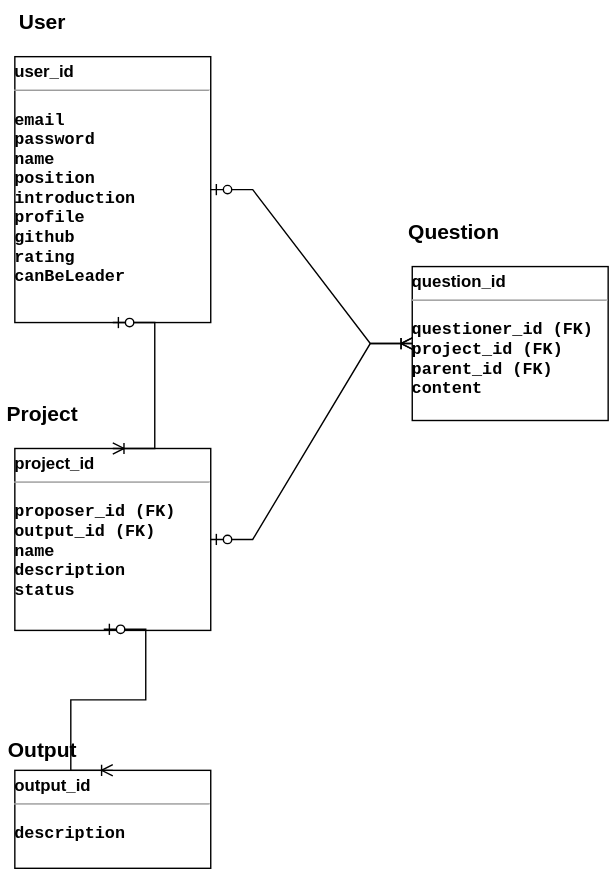
The draw.io diagram Table_diagram.drawio.svg in zelo0/cruit, before a commit. Source tidied: cells renumbered, new cells last; positions are measured from the earlier drawing's top-left corner, leaving out a move shared by most shapes.
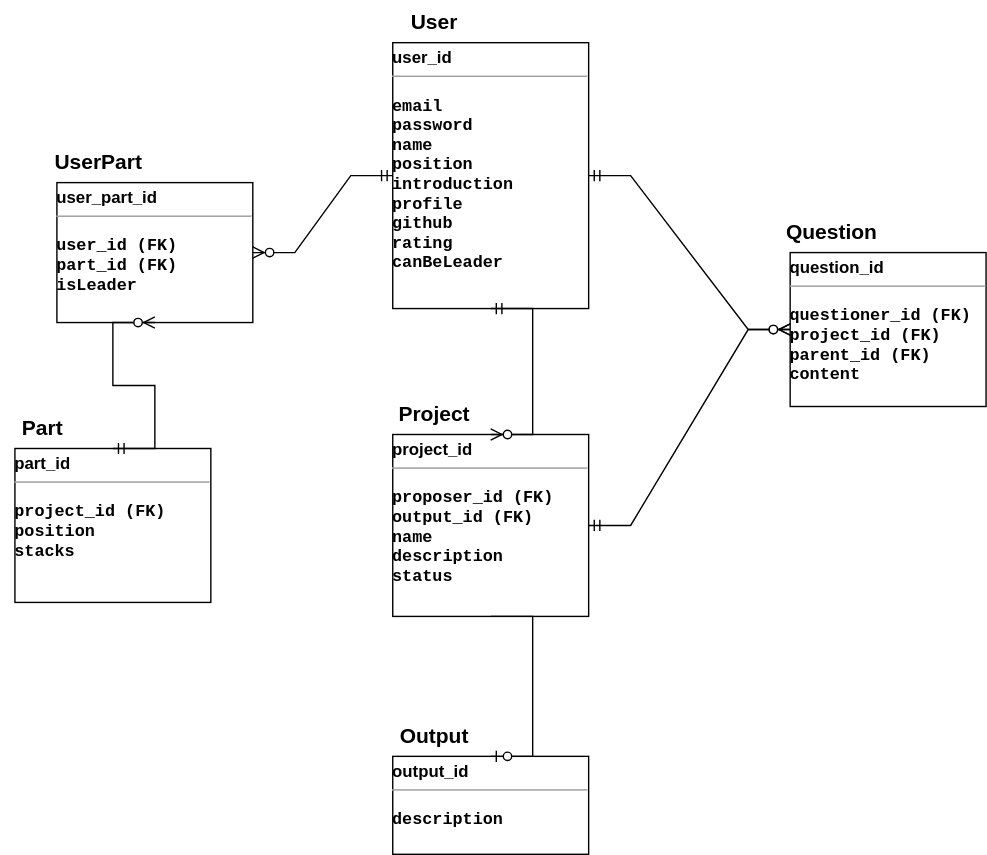
The same file after the commit.

The edit, as a diff of the source:
```diff
@@ -6,37 +6,55 @@
       <mxGeometry x="10" y="40" width="140" height="190" as="geometry" />
     </mxCell>
     <mxCell id="3" value="&lt;b&gt;&lt;font style=&quot;font-size: 15px&quot;&gt;User&lt;/font&gt;&lt;/b&gt;" style="text;html=1;strokeColor=none;fillColor=none;align=center;verticalAlign=middle;whiteSpace=wrap;rounded=0;" parent="1" vertex="1">
-      <mxGeometry width="60" height="30" as="geometry" />
+      <mxGeometry x="10" y="10" width="60" height="30" as="geometry" />
     </mxCell>
     <mxCell id="4" value="&lt;p style=&quot;margin: 4px 0px 0px&quot;&gt;&lt;b&gt;question_id&lt;/b&gt;&lt;/p&gt;&lt;hr size=&quot;1&quot;&gt;&lt;p&gt;&lt;/p&gt;&lt;pre style=&quot;height: 2px ; line-height: 1.5&quot;&gt;&lt;b&gt;questioner_id (FK)&lt;/b&gt;&lt;/pre&gt;&lt;pre style=&quot;height: 2px ; line-height: 1.5&quot;&gt;&lt;b&gt;project_id (FK)&lt;/b&gt;&lt;/pre&gt;&lt;pre style=&quot;height: 2px ; line-height: 1.5&quot;&gt;&lt;b&gt;parent_id (FK)&lt;/b&gt;&lt;/pre&gt;&lt;pre style=&quot;height: 2px ; line-height: 1.5&quot;&gt;&lt;b&gt;content&lt;/b&gt;&lt;/pre&gt;&lt;p&gt;&lt;/p&gt;" style="verticalAlign=top;align=left;overflow=fill;fontSize=12;fontFamily=Helvetica;html=1;" parent="1" vertex="1">
       <mxGeometry x="294" y="190" width="140" height="110" as="geometry" />
     </mxCell>
-    <mxCell id="5" style="edgeStyle=entityRelationEdgeStyle;fontSize=12;html=1;endArrow=ERoneToMany;startArrow=ERzeroToOne;rounded=0;exitX=1;exitY=0.5;exitDx=0;exitDy=0;entryX=0;entryY=0.5;entryDx=0;entryDy=0;" parent="1" edge="1" source="2" target="4">
-      <mxGeometry relative="1" as="geometry" />
-    </mxCell>
     <mxCell id="6" value="&lt;b&gt;&lt;font style=&quot;font-size: 15px&quot;&gt;Question&lt;/font&gt;&lt;/b&gt;" style="text;html=1;strokeColor=none;fillColor=none;align=center;verticalAlign=middle;whiteSpace=wrap;rounded=0;" parent="1" vertex="1">
-      <mxGeometry x="294" y="150" width="60" height="30" as="geometry" />
+      <mxGeometry x="294" y="160" width="60" height="30" as="geometry" />
     </mxCell>
     <mxCell id="7" value="&lt;p style=&quot;margin: 4px 0px 0px&quot;&gt;&lt;b&gt;project_id&lt;/b&gt;&lt;/p&gt;&lt;hr size=&quot;1&quot;&gt;&lt;p&gt;&lt;/p&gt;&lt;pre style=&quot;height: 2px ; line-height: 1.5&quot;&gt;&lt;b&gt;proposer_id (FK)&lt;/b&gt;&lt;/pre&gt;&lt;pre style=&quot;height: 2px ; line-height: 1.5&quot;&gt;&lt;b&gt;output_id (FK)&lt;/b&gt;&lt;/pre&gt;&lt;pre style=&quot;height: 2px ; line-height: 1.5&quot;&gt;&lt;b&gt;name&lt;/b&gt;&lt;/pre&gt;&lt;pre style=&quot;height: 2px ; line-height: 1.5&quot;&gt;&lt;b&gt;description&lt;/b&gt;&lt;/pre&gt;&lt;pre style=&quot;height: 2px ; line-height: 1.5&quot;&gt;&lt;b&gt;status&lt;/b&gt;&lt;/pre&gt;&lt;pre style=&quot;height: 2px ; line-height: 1.5&quot;&gt;&lt;b&gt;&lt;br&gt;&lt;/b&gt;&lt;/pre&gt;&lt;p&gt;&lt;/p&gt;" style="verticalAlign=top;align=left;overflow=fill;fontSize=12;fontFamily=Helvetica;html=1;" parent="1" vertex="1">
       <mxGeometry x="10" y="320" width="140" height="130" as="geometry" />
     </mxCell>
     <mxCell id="8" value="&lt;span style=&quot;font-size: 15px&quot;&gt;&lt;b&gt;Project&lt;/b&gt;&lt;/span&gt;" style="text;html=1;strokeColor=none;fillColor=none;align=center;verticalAlign=middle;whiteSpace=wrap;rounded=0;" parent="1" vertex="1">
-      <mxGeometry y="280" width="60" height="30" as="geometry" />
+      <mxGeometry x="10" y="290" width="60" height="30" as="geometry" />
     </mxCell>
+    <mxCell id="10" value="&lt;p style=&quot;margin: 4px 0px 0px&quot;&gt;&lt;b&gt;output_id&lt;/b&gt;&lt;/p&gt;&lt;hr size=&quot;1&quot;&gt;&lt;p&gt;&lt;/p&gt;&lt;pre style=&quot;height: 2px ; line-height: 1.5&quot;&gt;&lt;b&gt;description&lt;/b&gt;&lt;/pre&gt;&lt;p&gt;&lt;/p&gt;" style="verticalAlign=top;align=left;overflow=fill;fontSize=12;fontFamily=Helvetica;html=1;" parent="1" vertex="1">
+      <mxGeometry x="10" y="550" width="140" height="70" as="geometry" />
+    </mxCell>
+    <mxCell id="12" value="&lt;b&gt;&lt;font style=&quot;font-size: 15px&quot;&gt;Output&lt;/font&gt;&lt;/b&gt;" style="text;html=1;strokeColor=none;fillColor=none;align=center;verticalAlign=middle;whiteSpace=wrap;rounded=0;" parent="1" vertex="1">
+      <mxGeometry x="10" y="520" width="60" height="30" as="geometry" />
+    </mxCell>
+    <mxCell id="14" value="&lt;p style=&quot;margin: 4px 0px 0px&quot;&gt;&lt;b&gt;part_id&lt;/b&gt;&lt;/p&gt;&lt;hr size=&quot;1&quot;&gt;&lt;p&gt;&lt;/p&gt;&lt;pre style=&quot;height: 2px ; line-height: 1.5&quot;&gt;&lt;b&gt;project_id (FK)&lt;/b&gt;&lt;/pre&gt;&lt;pre style=&quot;height: 2px ; line-height: 1.5&quot;&gt;&lt;b&gt;position&lt;/b&gt;&lt;/pre&gt;&lt;pre style=&quot;height: 2px ; line-height: 1.5&quot;&gt;&lt;b&gt;stacks&lt;/b&gt;&lt;/pre&gt;&lt;pre style=&quot;height: 2px ; line-height: 1.5&quot;&gt;&lt;b&gt;&lt;br&gt;&lt;/b&gt;&lt;/pre&gt;&lt;p&gt;&lt;/p&gt;" style="verticalAlign=top;align=left;overflow=fill;fontSize=12;fontFamily=Helvetica;html=1;" parent="1" vertex="1">
+      <mxGeometry x="-260" y="330" width="140" height="110" as="geometry" />
+    </mxCell>
+    <mxCell id="15" value="&lt;b&gt;&lt;font style=&quot;font-size: 15px&quot;&gt;Part&lt;/font&gt;&lt;/b&gt;" style="text;html=1;strokeColor=none;fillColor=none;align=center;verticalAlign=middle;whiteSpace=wrap;rounded=0;" parent="1" vertex="1">
+      <mxGeometry x="-270" y="300" width="60" height="30" as="geometry" />
+    </mxCell>
-    <mxCell id="9" style="edgeStyle=entityRelationEdgeStyle;fontSize=12;html=1;endArrow=ERoneToMany;startArrow=ERzeroToOne;rounded=0;entryX=0.5;entryY=0;entryDx=0;entryDy=0;exitX=0.5;exitY=1;exitDx=0;exitDy=0;" parent="1" edge="1" source="2" target="7">
+    <mxCell id="9" style="edgeStyle=entityRelationEdgeStyle;fontSize=12;html=1;endArrow=ERzeroToMany;startArrow=ERmandOne;rounded=0;exitX=0.5;exitY=1;exitDx=0;exitDy=0;entryX=0.5;entryY=0;entryDx=0;entryDy=0;" parent="1" edge="1" source="2" target="7">
       <mxGeometry relative="1" as="geometry" />
     </mxCell>
-    <mxCell id="10" value="&lt;p style=&quot;margin: 4px 0px 0px&quot;&gt;&lt;b&gt;output_id&lt;/b&gt;&lt;/p&gt;&lt;hr size=&quot;1&quot;&gt;&lt;p&gt;&lt;/p&gt;&lt;pre style=&quot;height: 2px ; line-height: 1.5&quot;&gt;&lt;b&gt;description&lt;/b&gt;&lt;/pre&gt;&lt;p&gt;&lt;/p&gt;" style="verticalAlign=top;align=left;overflow=fill;fontSize=12;fontFamily=Helvetica;html=1;" parent="1" vertex="1">
-      <mxGeometry x="10" y="550" width="140" height="70" as="geometry" />
-    </mxCell>
+    <mxCell id="5" style="edgeStyle=entityRelationEdgeStyle;fontSize=12;html=1;endArrow=ERzeroToMany;startArrow=ERmandOne;rounded=0;exitX=1;exitY=0.5;exitDx=0;exitDy=0;entryX=0;entryY=0.5;entryDx=0;entryDy=0;" parent="1" edge="1" source="2" target="4">
+      <mxGeometry relative="1" as="geometry" />
+    </mxCell>
+    <mxCell id="13" style="edgeStyle=entityRelationEdgeStyle;fontSize=12;html=1;endArrow=ERzeroToMany;startArrow=ERmandOne;rounded=0;exitX=1;exitY=0.5;exitDx=0;exitDy=0;entryX=0;entryY=0.5;entryDx=0;entryDy=0;" parent="1" edge="1" source="7" target="4">
+      <mxGeometry relative="1" as="geometry" />
+    </mxCell>
-    <mxCell id="11" style="edgeStyle=entityRelationEdgeStyle;fontSize=12;html=1;endArrow=ERoneToMany;startArrow=ERzeroToOne;rounded=0;exitX=0.454;exitY=0.994;exitDx=0;exitDy=0;exitPerimeter=0;entryX=0.5;entryY=0;entryDx=0;entryDy=0;" parent="1" edge="1" source="7" target="10">
+    <mxCell id="11" style="edgeStyle=entityRelationEdgeStyle;fontSize=12;html=1;endArrow=ERzeroToOne;endFill=1;rounded=0;exitX=0.5;exitY=1;exitDx=0;exitDy=0;entryX=0.5;entryY=0;entryDx=0;entryDy=0;" parent="1" edge="1" source="7" target="10">
       <mxGeometry relative="1" as="geometry" />
     </mxCell>
-    <mxCell id="12" value="&lt;b&gt;&lt;font style=&quot;font-size: 15px&quot;&gt;Output&lt;/font&gt;&lt;/b&gt;" style="text;html=1;strokeColor=none;fillColor=none;align=center;verticalAlign=middle;whiteSpace=wrap;rounded=0;" parent="1" vertex="1">
-      <mxGeometry y="520" width="60" height="30" as="geometry" />
-    </mxCell>
-    <mxCell id="13" style="edgeStyle=entityRelationEdgeStyle;fontSize=12;html=1;endArrow=ERoneToMany;startArrow=ERzeroToOne;rounded=0;exitX=1;exitY=0.5;exitDx=0;exitDy=0;entryX=0;entryY=0.5;entryDx=0;entryDy=0;" parent="1" edge="1" source="7" target="4">
-      <mxGeometry relative="1" as="geometry" />
-    </mxCell>
+    <mxCell id="16" value="&lt;p style=&quot;margin: 4px 0px 0px&quot;&gt;&lt;b&gt;user_part_id&lt;/b&gt;&lt;/p&gt;&lt;hr size=&quot;1&quot;&gt;&lt;p&gt;&lt;/p&gt;&lt;pre style=&quot;height: 2px ; line-height: 1.5&quot;&gt;&lt;b&gt;user_id (FK)&lt;/b&gt;&lt;/pre&gt;&lt;pre style=&quot;height: 2px ; line-height: 1.5&quot;&gt;&lt;b&gt;part_id (FK)&lt;/b&gt;&lt;/pre&gt;&lt;pre style=&quot;height: 2px ; line-height: 1.5&quot;&gt;&lt;b&gt;isLeader&lt;/b&gt;&lt;/pre&gt;&lt;p&gt;&lt;/p&gt;" style="verticalAlign=top;align=left;overflow=fill;fontSize=12;fontFamily=Helvetica;html=1;" parent="1" vertex="1">
+      <mxGeometry x="-230" y="140" width="140" height="100" as="geometry" />
+    </mxCell>
+    <mxCell id="17" value="&lt;b&gt;&lt;font style=&quot;font-size: 15px&quot;&gt;UserPart&lt;/font&gt;&lt;/b&gt;" style="text;html=1;strokeColor=none;fillColor=none;align=center;verticalAlign=middle;whiteSpace=wrap;rounded=0;" parent="1" vertex="1">
+      <mxGeometry x="-230" y="110" width="60" height="30" as="geometry" />
+    </mxCell>
+    <mxCell id="18" style="edgeStyle=entityRelationEdgeStyle;fontSize=12;html=1;endArrow=ERzeroToMany;startArrow=ERmandOne;rounded=0;entryX=0.5;entryY=1;entryDx=0;entryDy=0;exitX=0.5;exitY=0;exitDx=0;exitDy=0;" parent="1" edge="1" source="14" target="16">
+      <mxGeometry relative="1" as="geometry" />
+    </mxCell>
+    <mxCell id="19" style="edgeStyle=entityRelationEdgeStyle;fontSize=12;html=1;endArrow=ERzeroToMany;startArrow=ERmandOne;rounded=0;exitX=0;exitY=0.5;exitDx=0;exitDy=0;entryX=1;entryY=0.5;entryDx=0;entryDy=0;" parent="1" edge="1" source="2" target="16">
+      <mxGeometry relative="1" as="geometry" />
+    </mxCell>
   </root>
 </mxGraphModel>
```
